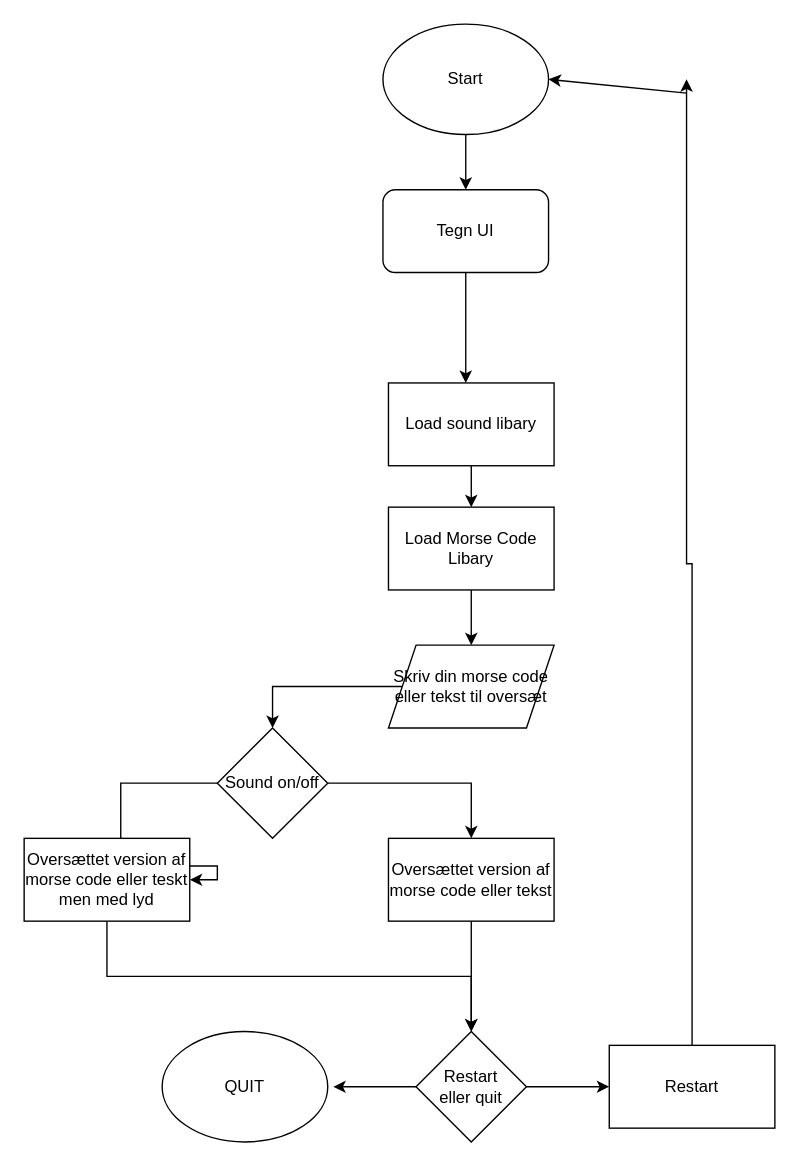
The draw.io diagram MorseCode-Rutediagram.drawio in H24HX3-MorseCode-JakubK/MorseCode, before the edit. Source tidied: cells renumbered, new cells numbered last; positions are measured from the earlier drawing's top-left corner, leaving out a move shared by most shapes. Both pictures are drawn from the tidied source at 138%, with x=0, y=0 at pixel (23, 23).
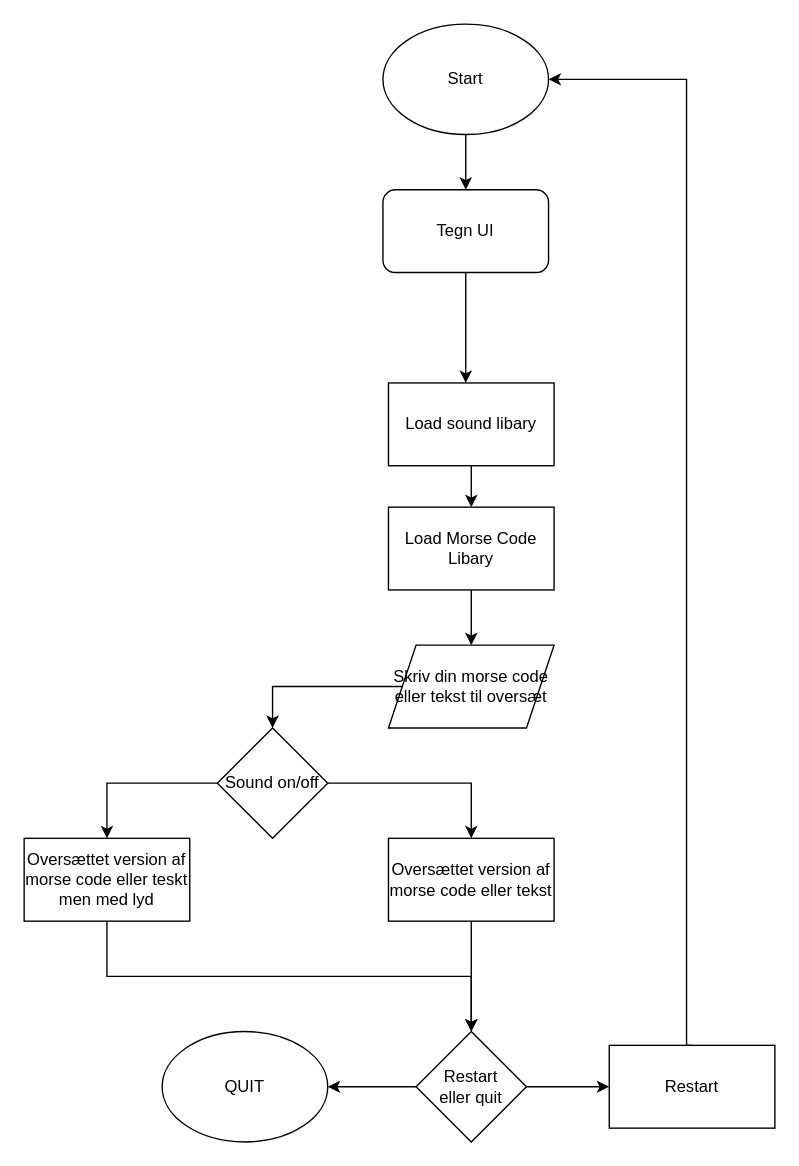
The same page after the edit.

The change refers to these unchanged cells:
```xml
<mxCell id="15" value="Oversættet version af morse code eller teskt men med lyd" style="whiteSpace=wrap;html=1;rounded=0;" parent="1" vertex="1">
  <mxGeometry y="590" width="120" height="60" as="geometry" />
</mxCell>
<mxCell id="16" value="Sound on/off" style="rhombus;whiteSpace=wrap;html=1;" parent="1" vertex="1">
  <mxGeometry x="140" y="510" width="80" height="80" as="geometry" />
</mxCell>
<mxCell id="19" value="Restart&lt;div&gt;eller quit&lt;/div&gt;" style="rhombus;whiteSpace=wrap;html=1;" parent="1" vertex="1">
  <mxGeometry x="284" y="730" width="80" height="80" as="geometry" />
</mxCell>
<mxCell id="21" value="Restart" style="whiteSpace=wrap;html=1;" parent="1" vertex="1">
  <mxGeometry x="424" y="740" width="120" height="60" as="geometry" />
</mxCell>
<mxCell id="23" value="Start" style="ellipse;whiteSpace=wrap;html=1;" parent="1" vertex="1">
  <mxGeometry x="260" width="120" height="80" as="geometry" />
</mxCell>
<mxCell id="25" value="QUIT" style="ellipse;whiteSpace=wrap;html=1;" parent="1" vertex="1">
  <mxGeometry x="100" y="730" width="120" height="80" as="geometry" />
</mxCell>
```

Diff of the diagram source:
```diff
@@
-    <mxCell id="13" style="edgeStyle=orthogonalEdgeStyle;rounded=0;jettySize=auto;html=1;exitX=0;exitY=0.5;exitDx=0;exitDy=0;" parent="1" edge="1" source="16" target="15">
-      <mxGeometry relative="1" as="geometry">
-        <Array as="points">
-          <mxPoint x="70" y="550" />
-          <mxPoint x="70" y="610" />
-          <mxPoint x="140" y="610" />
-          <mxPoint x="140" y="620" />
-        </Array>
-      </mxGeometry>
-    </mxCell>
@@
+    <mxCell id="13" style="edgeStyle=orthogonalEdgeStyle;rounded=0;jettySize=auto;html=1;entryX=0.5;entryY=0;entryDx=0;entryDy=0;" parent="1" edge="1" source="16" target="15">
+      <mxGeometry relative="1" as="geometry" />
+    </mxCell>
@@
-    <mxCell id="18" style="edgeStyle=orthogonalEdgeStyle;rounded=0;jettySize=auto;html=1;" parent="1" edge="1" source="19">
-      <mxGeometry relative="1" as="geometry">
-        <mxPoint x="224" y="770" as="targetPoint" />
-      </mxGeometry>
+    <mxCell id="18" style="edgeStyle=orthogonalEdgeStyle;rounded=0;jettySize=auto;html=1;entryX=1;entryY=0.5;entryDx=0;entryDy=0;" parent="1" edge="1" source="19" target="25">
+      <mxGeometry relative="1" as="geometry" />
     </mxCell>
@@
-    <mxCell id="20" style="edgeStyle=orthogonalEdgeStyle;rounded=0;jettySize=auto;html=1;" parent="1" edge="1" source="21">
+    <mxCell id="20" style="edgeStyle=orthogonalEdgeStyle;rounded=0;jettySize=auto;html=1;entryX=1;entryY=0.5;entryDx=0;entryDy=0;exitX=0.5;exitY=0;exitDx=0;exitDy=0;" parent="1" edge="1" source="21" target="23">
       <mxGeometry relative="1" as="geometry">
-        <mxPoint x="480" y="40" as="targetPoint" />
         <Array as="points">
-          <mxPoint x="484" y="391" />
-          <mxPoint x="480" y="391" />
+          <mxPoint x="480" y="740" />
+          <mxPoint x="480" y="40" />
         </Array>
       </mxGeometry>
     </mxCell>
@@
-    <mxCell id="24" style="endArrow=classic;html=1;rounded=0;entryX=1;entryY=0.5;entryDx=0;entryDy=0;" parent="1" edge="1" target="23">
-      <mxGeometry relative="1" as="geometry">
-        <mxPoint x="480" y="50" as="sourcePoint" />
-      </mxGeometry>
-    </mxCell>
```
